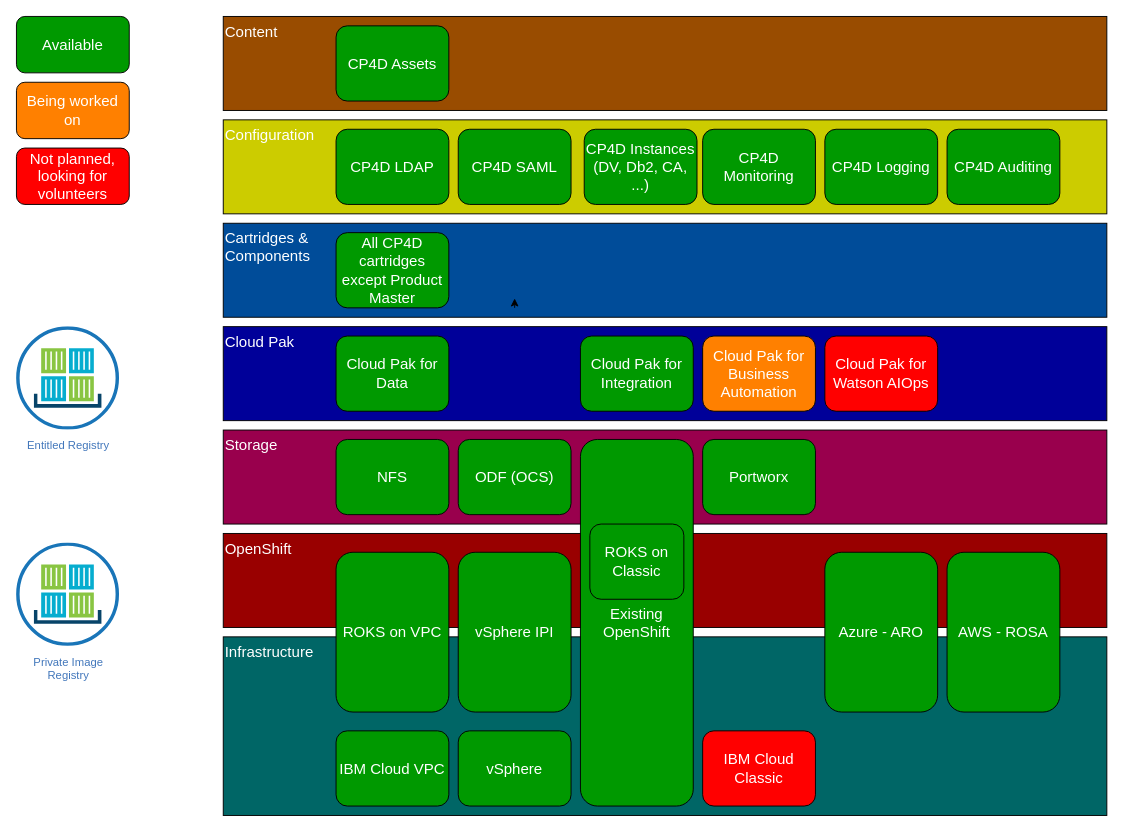
Earlier version of the draw.io diagram doc/src/pages/cp-deploy/overview/cp-deploy-current-state.drawio (IBM/cloud-pak-deployer). Source tidied: cells renumbered, new cells numbered last; positions are measured from the earlier drawing's top-left corner, leaving out a move shared by most shapes. Both pictures are drawn from the tidied source at 94%, with x=0, y=0 at pixel (16, 16).
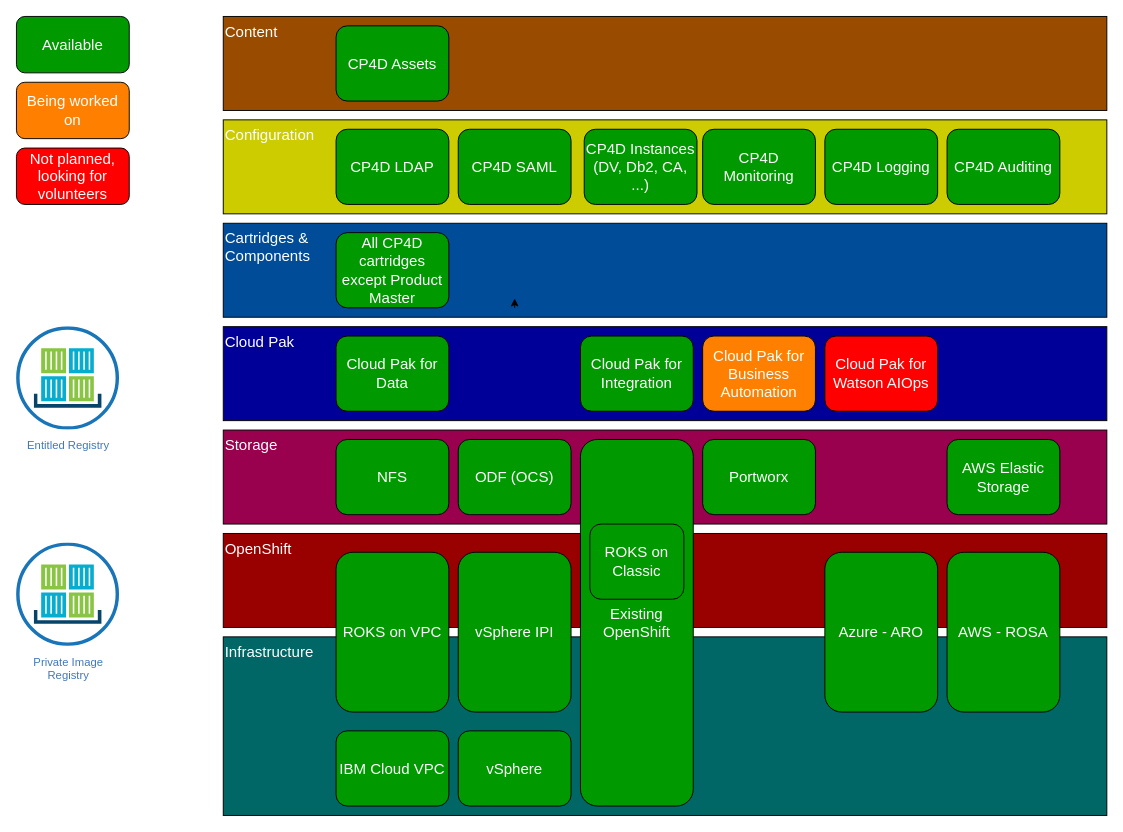
Above is the later version.

Commit message (it also covers changes not shown here):
Update current state diagram

The edit, as a diff of the source:
```diff
@@
+    <mxCell id="45" value="AWS Elastic Storage" style="rounded=1;whiteSpace=wrap;html=1;fontSize=16;fontColor=#FFFFFF;fillColor=#009900;align=center;verticalAlign=middle;" parent="1" vertex="1">
+      <mxGeometry x="990" y="450" width="120" height="80" as="geometry" />
+    </mxCell>
@@
-    <mxCell id="17" value="IBM Cloud Classic" style="rounded=1;whiteSpace=wrap;html=1;fontSize=16;fontColor=#FFFFFF;fillColor=#FF0000;align=center;verticalAlign=middle;" parent="13" vertex="1">
-      <mxGeometry x="730" y="760" width="120" height="80" as="geometry" />
-    </mxCell>
```
